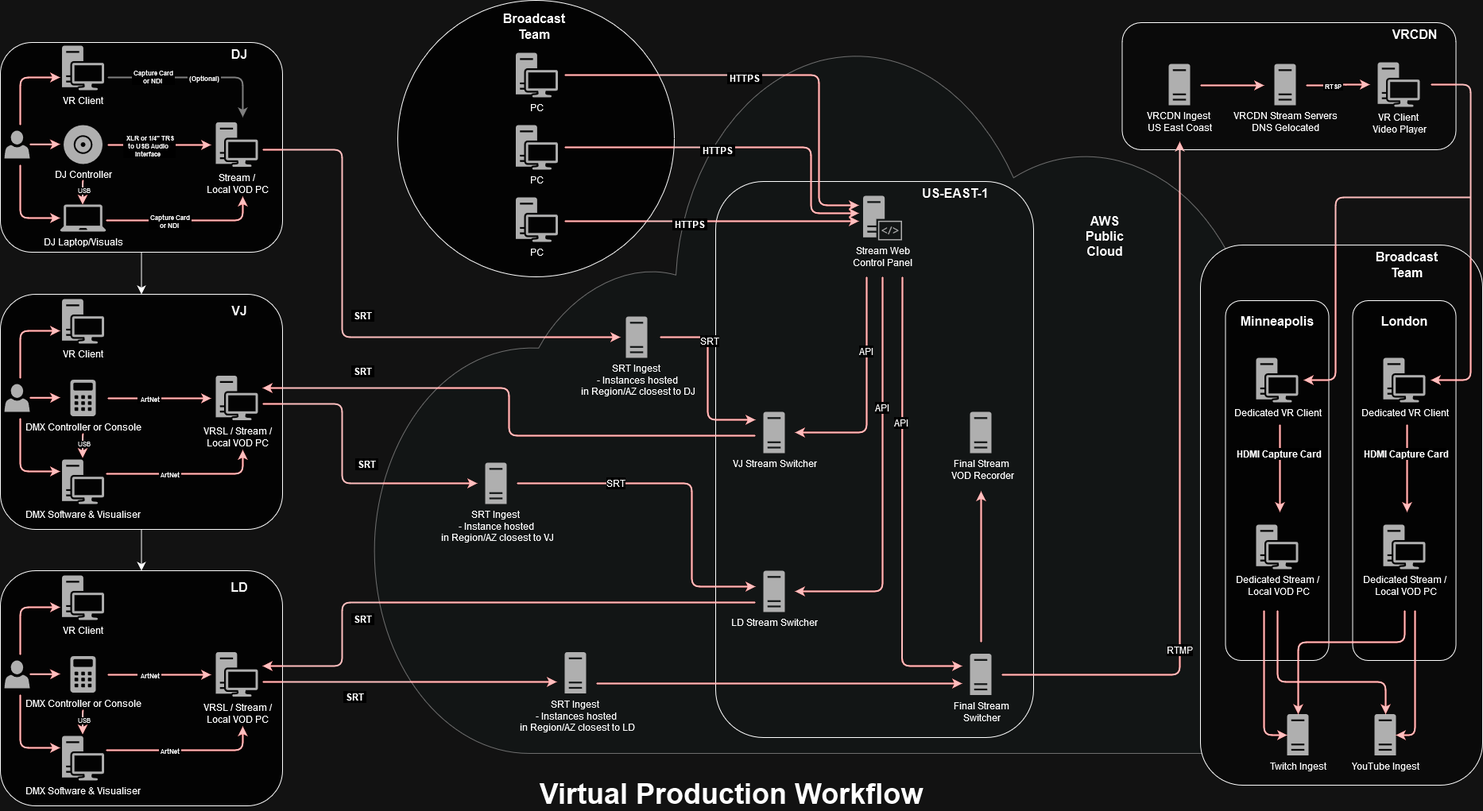
The draw.io diagram vrproduction.drawio.png in towneh/audiovisualtips, before a commit. Source tidied: cells renumbered, new cells last; positions are measured from the earlier drawing's top-left corner, leaving out a move shared by most shapes.
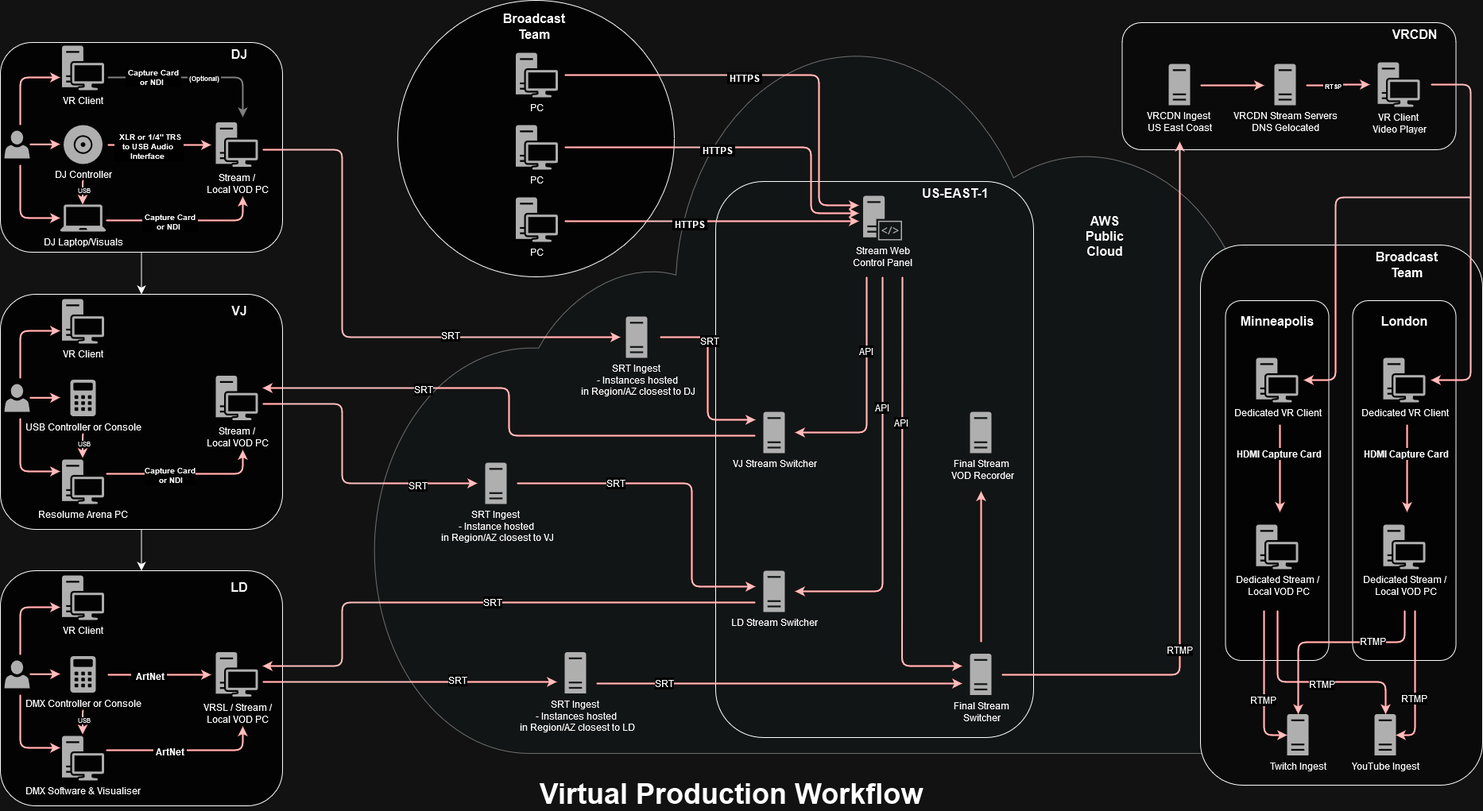
The same file after the commit.

What changed in the source:
```diff
@@ -44,7 +44,7 @@
         </Array>
       </mxGeometry>
     </mxCell>
-    <mxCell id="14" value="&lt;div&gt;&lt;b&gt;&amp;nbsp;Capture Card&amp;nbsp;&lt;/b&gt;&lt;/div&gt;&lt;div&gt;&lt;b&gt;or NDI&amp;nbsp; &lt;/b&gt;&lt;/div&gt;" style="edgeLabel;html=1;align=center;verticalAlign=middle;fontSize=8;" parent="13" vertex="1">
+    <mxCell id="14" value="&lt;div&gt;&lt;b&gt;&amp;nbsp;Capture Card&amp;nbsp;&lt;/b&gt;&lt;/div&gt;&lt;div&gt;&lt;b&gt;or NDI&amp;nbsp; &lt;/b&gt;&lt;/div&gt;" style="edgeLabel;html=1;align=center;verticalAlign=middle;fontSize=10;" parent="13" vertex="1">
       <mxGeometry x="-0.49" y="1" relative="1" as="geometry" />
     </mxCell>
     <mxCell id="15" value="&amp;nbsp;(Optional)&amp;nbsp; " style="edgeLabel;html=1;align=center;verticalAlign=middle;fontSize=8;fontStyle=1;" parent="13" vertex="1">
@@ -68,7 +68,7 @@
         </Array>
       </mxGeometry>
     </mxCell>
-    <mxCell id="20" value="&lt;div&gt;&lt;b&gt;&amp;nbsp;Capture Card&amp;nbsp;&lt;/b&gt;&lt;/div&gt;&lt;div&gt;&lt;b&gt;or NDI&amp;nbsp; &lt;/b&gt;&lt;/div&gt;" style="edgeLabel;html=1;align=center;verticalAlign=middle;fontSize=8;" parent="19" vertex="1">
+    <mxCell id="20" value="&lt;div&gt;&lt;b&gt;&amp;nbsp;Capture Card&amp;nbsp;&lt;/b&gt;&lt;/div&gt;&lt;div&gt;&lt;b&gt;or NDI&amp;nbsp; &lt;/b&gt;&lt;/div&gt;" style="edgeLabel;html=1;align=center;verticalAlign=middle;fontSize=10;" parent="19" vertex="1">
       <mxGeometry x="-0.22" y="-1" relative="1" as="geometry" />
     </mxCell>
     <mxCell id="21" style="edgeStyle=elbowEdgeStyle;elbow=horizontal;strokeColor=#990000;strokeWidth=2;" parent="1" edge="1">
@@ -80,7 +80,7 @@
         </Array>
       </mxGeometry>
     </mxCell>
-    <mxCell id="22" value="&lt;div&gt;&lt;b&gt;&amp;nbsp; XLR or 1/4&quot; TRS&amp;nbsp;&lt;/b&gt;&lt;/div&gt;&lt;div&gt;&lt;b&gt;to USB Audio&amp;nbsp;&lt;/b&gt;&lt;/div&gt;&lt;div&gt;&lt;b&gt;Interface&amp;nbsp; &lt;br&gt;&lt;/b&gt;&lt;/div&gt;" style="edgeLabel;html=1;align=center;verticalAlign=middle;fontSize=8;" parent="21" vertex="1">
+    <mxCell id="22" value="&lt;div&gt;&lt;b&gt;&amp;nbsp; XLR or 1/4&quot; TRS&amp;nbsp;&lt;/b&gt;&lt;/div&gt;&lt;div&gt;&lt;b&gt;to USB Audio&amp;nbsp;&lt;/b&gt;&lt;/div&gt;&lt;div&gt;&lt;b&gt;Interface&amp;nbsp; &lt;br&gt;&lt;/b&gt;&lt;/div&gt;" style="edgeLabel;html=1;align=center;verticalAlign=middle;fontSize=10;" parent="21" vertex="1">
       <mxGeometry x="-0.22" y="-1" relative="1" as="geometry" />
     </mxCell>
     <mxCell id="23" style="edgeStyle=elbowEdgeStyle;elbow=horizontal;strokeColor=#990000;strokeWidth=2;" parent="1" edge="1">
@@ -124,11 +124,9 @@
         </Array>
       </mxGeometry>
     </mxCell>
-    <mxCell id="29" value="&amp;nbsp;SRT&amp;nbsp; " style="edgeLabel;html=1;align=center;verticalAlign=middle;fontSize=12;fontStyle=1;" parent="28" vertex="1">
-      <mxGeometry x="-0.08" y="1" relative="1" as="geometry">
-        <mxPoint x="29" y="179" as="offset" />
-      </mxGeometry>
-    </mxCell>
+    <mxCell id="133" value="SRT" style="edgeLabel;html=1;align=center;verticalAlign=middle;fontSize=12;" parent="28" vertex="1">
+      <mxGeometry x="0.37" y="3" relative="1" as="geometry" />
+    </mxCell>
     <mxCell id="30" style="edgeStyle=elbowEdgeStyle;elbow=horizontal;strokeColor=#990000;strokeWidth=2;" parent="1" edge="1" target="18">
       <mxGeometry relative="1" as="geometry">
         <mxPoint x="104.5" y="227" as="sourcePoint" />
@@ -188,21 +186,9 @@
         </Array>
       </mxGeometry>
     </mxCell>
-    <mxCell id="42" value="&lt;div&gt;&lt;b&gt;&amp;nbsp;ArtNet&amp;nbsp; &lt;/b&gt;&lt;/div&gt;" style="edgeLabel;html=1;align=center;verticalAlign=middle;fontSize=8;" parent="41" vertex="1">
+    <mxCell id="42" value="&lt;div&gt;Capture Card&lt;/div&gt;&lt;div&gt;&amp;nbsp;or NDI&lt;/div&gt;" style="edgeLabel;html=1;align=center;verticalAlign=middle;fontSize=10;fontStyle=1;" parent="41" vertex="1">
       <mxGeometry x="-0.22" y="-1" relative="1" as="geometry" />
     </mxCell>
-    <mxCell id="43" style="edgeStyle=elbowEdgeStyle;elbow=horizontal;strokeColor=#990000;strokeWidth=2;" parent="1" edge="1">
-      <mxGeometry relative="1" as="geometry">
-        <mxPoint x="135" y="501" as="sourcePoint" />
-        <mxPoint x="265" y="501" as="targetPoint" />
-        <Array as="points">
-          <mxPoint x="215" y="606" />
-        </Array>
-      </mxGeometry>
-    </mxCell>
-    <mxCell id="44" value="&lt;div&gt;&lt;b&gt;&amp;nbsp; ArtNet&amp;nbsp; &lt;br&gt;&lt;/b&gt;&lt;/div&gt;" style="edgeLabel;html=1;align=center;verticalAlign=middle;fontSize=8;" parent="43" vertex="1">
-      <mxGeometry x="-0.22" y="-1" relative="1" as="geometry" />
-    </mxCell>
     <mxCell id="45" style="edgeStyle=elbowEdgeStyle;elbow=horizontal;strokeColor=#990000;strokeWidth=2;" parent="1" edge="1">
       <mxGeometry relative="1" as="geometry">
         <mxPoint x="25" y="476" as="sourcePoint" />
@@ -230,7 +216,7 @@
         </Array>
       </mxGeometry>
     </mxCell>
-    <mxCell id="48" value="VRSL / Stream / &lt;br&gt;Local VOD PC" style="sketch=0;shadow=0;dashed=0;html=1;strokeColor=none;fillColor=#505050;labelPosition=center;verticalLabelPosition=bottom;verticalAlign=top;align=center;shape=mxgraph.office.devices.workstation;" parent="1" vertex="1">
+    <mxCell id="48" value="Stream / &lt;br&gt;Local VOD PC" style="sketch=0;shadow=0;dashed=0;html=1;strokeColor=none;fillColor=#505050;labelPosition=center;verticalLabelPosition=bottom;verticalAlign=top;align=center;shape=mxgraph.office.devices.workstation;" parent="1" vertex="1">
       <mxGeometry x="271" y="472.5" width="53" height="56" as="geometry" />
     </mxCell>
     <mxCell id="49" style="edgeStyle=elbowEdgeStyle;elbow=horizontal;strokeColor=#990000;strokeWidth=2;" parent="1" edge="1">
@@ -245,10 +231,10 @@
     <mxCell id="50" value="USB" style="edgeLabel;html=1;align=center;verticalAlign=middle;fontSize=8;" parent="49" vertex="1">
       <mxGeometry x="-0.15" y="1" relative="1" as="geometry" />
     </mxCell>
-    <mxCell id="51" value="DMX Controller or Console" style="sketch=0;shadow=0;dashed=0;html=1;strokeColor=none;fillColor=#505050;labelPosition=center;verticalLabelPosition=bottom;verticalAlign=top;align=center;shape=mxgraph.office.concepts.calculator;" parent="1" vertex="1">
+    <mxCell id="51" value="USB Controller or Console" style="sketch=0;shadow=0;dashed=0;html=1;strokeColor=none;fillColor=#505050;labelPosition=center;verticalLabelPosition=bottom;verticalAlign=top;align=center;shape=mxgraph.office.concepts.calculator;" parent="1" vertex="1">
       <mxGeometry x="88" y="477.5" width="32" height="46" as="geometry" />
     </mxCell>
-    <mxCell id="52" value="DMX Software &amp;amp; Visualiser" style="sketch=0;shadow=0;dashed=0;html=1;strokeColor=none;fillColor=#505050;labelPosition=center;verticalLabelPosition=bottom;verticalAlign=top;align=center;shape=mxgraph.office.devices.workstation;" parent="1" vertex="1">
+    <mxCell id="52" value="Resolume Arena PC" style="sketch=0;shadow=0;dashed=0;html=1;strokeColor=none;fillColor=#505050;labelPosition=center;verticalLabelPosition=bottom;verticalAlign=top;align=center;shape=mxgraph.office.devices.workstation;" parent="1" vertex="1">
       <mxGeometry x="77.5" y="578" width="53" height="56" as="geometry" />
     </mxCell>
     <mxCell id="53" value="DJ" style="text;strokeColor=none;fillColor=none;html=1;align=center;verticalAlign=middle;whiteSpace=wrap;rounded=0;fontSize=16;fontStyle=1;" parent="1" vertex="1">
@@ -263,6 +249,9 @@
         <mxPoint x="330" y="488" as="targetPoint" />
       </mxGeometry>
     </mxCell>
+    <mxCell id="134" value="SRT" style="edgeLabel;html=1;align=center;verticalAlign=middle;fontSize=12;" parent="55" vertex="1">
+      <mxGeometry x="0.41" y="1" relative="1" as="geometry" />
+    </mxCell>
     <mxCell id="56" style="edgeStyle=elbowEdgeStyle;elbow=horizontal;strokeColor=#990000;strokeWidth=2;" parent="1" edge="1">
       <mxGeometry relative="1" as="geometry">
         <mxPoint x="330" y="508" as="sourcePoint" />
@@ -272,6 +261,9 @@
         </Array>
       </mxGeometry>
     </mxCell>
+    <mxCell id="135" value="SRT" style="edgeLabel;html=1;align=center;verticalAlign=middle;fontSize=12;" parent="56" vertex="1">
+      <mxGeometry x="0.59" y="-2" relative="1" as="geometry" />
+    </mxCell>
     <mxCell id="57" value="&lt;div&gt;VRCDN Ingest&amp;nbsp;&lt;/div&gt;&lt;div&gt;US East Coast&lt;/div&gt;" style="sketch=0;shadow=0;dashed=0;html=1;strokeColor=none;fillColor=#505050;labelPosition=center;verticalLabelPosition=bottom;verticalAlign=top;align=center;shape=mxgraph.office.servers.server_generic;" parent="1" vertex="1">
       <mxGeometry x="1470" y="80" width="27" height="52" as="geometry" />
     </mxCell>
@@ -320,7 +312,7 @@
         </Array>
       </mxGeometry>
     </mxCell>
-    <mxCell id="67" value="&lt;div&gt;&lt;b&gt;&amp;nbsp;ArtNet&amp;nbsp; &lt;/b&gt;&lt;/div&gt;" style="edgeLabel;html=1;align=center;verticalAlign=middle;fontSize=8;" parent="66" vertex="1">
+    <mxCell id="67" value="&lt;div&gt;&lt;b&gt;&amp;nbsp;ArtNet&amp;nbsp; &lt;/b&gt;&lt;/div&gt;" style="edgeLabel;html=1;align=center;verticalAlign=middle;fontSize=12;" parent="66" vertex="1">
       <mxGeometry x="-0.22" y="-1" relative="1" as="geometry" />
     </mxCell>
     <mxCell id="68" style="edgeStyle=elbowEdgeStyle;elbow=horizontal;strokeColor=#990000;strokeWidth=2;" parent="1" edge="1">
@@ -332,7 +324,7 @@
         </Array>
       </mxGeometry>
     </mxCell>
-    <mxCell id="69" value="&lt;div&gt;&lt;b&gt;&amp;nbsp; ArtNet&amp;nbsp; &lt;br&gt;&lt;/b&gt;&lt;/div&gt;" style="edgeLabel;html=1;align=center;verticalAlign=middle;fontSize=8;" parent="68" vertex="1">
+    <mxCell id="69" value="&lt;div&gt;&lt;b&gt;&amp;nbsp; ArtNet&amp;nbsp; &lt;br&gt;&lt;/b&gt;&lt;/div&gt;" style="edgeLabel;html=1;align=center;verticalAlign=middle;fontSize=12;" parent="68" vertex="1">
       <mxGeometry x="-0.22" y="-1" relative="1" as="geometry" />
     </mxCell>
     <mxCell id="70" style="edgeStyle=elbowEdgeStyle;elbow=horizontal;strokeColor=#990000;strokeWidth=2;" parent="1" edge="1">
@@ -392,16 +384,6 @@
     <mxCell id="80" value="&lt;div&gt;SRT Ingest&amp;nbsp;&lt;/div&gt;&lt;div&gt;- Instances hosted&lt;/div&gt;&lt;div&gt;&amp;nbsp;in Region/AZ closest to LD&lt;/div&gt;" style="sketch=0;shadow=0;dashed=0;html=1;strokeColor=none;fillColor=#505050;labelPosition=center;verticalLabelPosition=bottom;verticalAlign=top;align=center;shape=mxgraph.office.servers.server_generic;" parent="1" vertex="1">
       <mxGeometry x="710" y="820.5" width="27" height="52" as="geometry" />
     </mxCell>
-    <mxCell id="81" value="&amp;nbsp;SRT&amp;nbsp; " style="edgeLabel;html=1;align=center;verticalAlign=middle;fontSize=12;fontStyle=1;" parent="1" vertex="1">
-      <mxGeometry x="520" y="508" as="geometry">
-        <mxPoint x="-65" y="-42" as="offset" />
-      </mxGeometry>
-    </mxCell>
-    <mxCell id="82" value="&amp;nbsp;SRT&amp;nbsp; " style="edgeLabel;html=1;align=center;verticalAlign=middle;fontSize=12;fontStyle=1;" parent="1" vertex="1">
-      <mxGeometry x="520" y="438" as="geometry">
-        <mxPoint x="-65" y="-42" as="offset" />
-      </mxGeometry>
-    </mxCell>
     <mxCell id="83" style="edgeStyle=elbowEdgeStyle;elbow=horizontal;strokeColor=#990000;strokeWidth=2;" parent="1" edge="1">
       <mxGeometry relative="1" as="geometry">
         <mxPoint x="950" y="758" as="sourcePoint" />
@@ -411,6 +393,9 @@
         </Array>
       </mxGeometry>
     </mxCell>
+    <mxCell id="136" value="SRT" style="edgeLabel;html=1;align=center;verticalAlign=middle;fontSize=12;" parent="83" vertex="1">
+      <mxGeometry x="-0.05" y="-1" relative="1" as="geometry" />
+    </mxCell>
     <mxCell id="84" style="edgeStyle=elbowEdgeStyle;elbow=horizontal;strokeColor=#990000;strokeWidth=2;" parent="1" edge="1">
       <mxGeometry relative="1" as="geometry">
         <mxPoint x="330" y="858" as="sourcePoint" />
@@ -420,16 +405,9 @@
         </Array>
       </mxGeometry>
     </mxCell>
-    <mxCell id="85" value="&amp;nbsp;SRT&amp;nbsp; " style="edgeLabel;html=1;align=center;verticalAlign=middle;fontSize=12;fontStyle=1;" parent="1" vertex="1">
-      <mxGeometry x="510" y="918" as="geometry">
-        <mxPoint x="-65" y="-42" as="offset" />
-      </mxGeometry>
-    </mxCell>
-    <mxCell id="86" value="&amp;nbsp;SRT&amp;nbsp; " style="edgeLabel;html=1;align=center;verticalAlign=middle;fontSize=12;fontStyle=1;" parent="1" vertex="1">
-      <mxGeometry x="520" y="820.5" as="geometry">
-        <mxPoint x="-65" y="-42" as="offset" />
-      </mxGeometry>
-    </mxCell>
+    <mxCell id="137" value="SRT" style="edgeLabel;html=1;align=center;verticalAlign=middle;fontSize=12;" parent="84" vertex="1">
+      <mxGeometry x="0.32" y="3" relative="1" as="geometry" />
+    </mxCell>
     <mxCell id="87" style="edgeStyle=elbowEdgeStyle;elbow=horizontal;strokeColor=#990000;strokeWidth=2;" parent="1" edge="1">
       <mxGeometry relative="1" as="geometry">
         <mxPoint x="650" y="608" as="sourcePoint" />
@@ -505,6 +483,9 @@
         </Array>
       </mxGeometry>
     </mxCell>
+    <mxCell id="138" value="SRT" style="edgeLabel;html=1;align=center;verticalAlign=middle;fontSize=12;" parent="101" vertex="1">
+      <mxGeometry x="-0.63" y="1" relative="1" as="geometry" />
+    </mxCell>
     <mxCell id="102" style="edgeStyle=elbowEdgeStyle;elbow=horizontal;strokeColor=#990000;strokeWidth=2;" parent="1" edge="1">
       <mxGeometry relative="1" as="geometry">
         <mxPoint x="1110" y="348" as="sourcePoint" />
@@ -621,6 +602,9 @@
         </Array>
       </mxGeometry>
     </mxCell>
+    <mxCell id="139" value="RTMP" style="edgeLabel;html=1;align=center;verticalAlign=middle;fontSize=12;" parent="124" vertex="1">
+      <mxGeometry x="0.2" y="-2" relative="1" as="geometry" />
+    </mxCell>
     <mxCell id="125" style="edgeStyle=orthogonalEdgeStyle;elbow=horizontal;strokeColor=#990000;strokeWidth=2;" parent="1" edge="1" target="119">
       <mxGeometry relative="1" as="geometry">
         <mxPoint x="1607" y="768" as="sourcePoint" />
@@ -630,6 +614,9 @@
         </Array>
       </mxGeometry>
     </mxCell>
+    <mxCell id="140" value="RTMP" style="edgeLabel;html=1;align=center;verticalAlign=middle;fontSize=12;" parent="125" vertex="1">
+      <mxGeometry x="0.09" y="-2" relative="1" as="geometry" />
+    </mxCell>
     <mxCell id="126" style="edgeStyle=orthogonalEdgeStyle;elbow=horizontal;strokeColor=#990000;strokeWidth=2;" parent="1" edge="1" target="118">
       <mxGeometry relative="1" as="geometry">
         <mxPoint x="1767" y="768" as="sourcePoint" />
@@ -639,6 +626,9 @@
         </Array>
       </mxGeometry>
     </mxCell>
+    <mxCell id="141" value="RTMP" style="edgeLabel;html=1;align=center;verticalAlign=middle;fontSize=12;" parent="126" vertex="1">
+      <mxGeometry x="-0.39" y="-2" relative="1" as="geometry" />
+    </mxCell>
     <mxCell id="127" style="edgeStyle=orthogonalEdgeStyle;elbow=horizontal;strokeColor=#990000;strokeWidth=2;" parent="1" edge="1" target="119">
       <mxGeometry relative="1" as="geometry">
         <mxPoint x="1780" y="768" as="sourcePoint" />
@@ -647,6 +637,9 @@
         </Array>
       </mxGeometry>
     </mxCell>
+    <mxCell id="142" value="RTMP" style="edgeLabel;html=1;align=center;verticalAlign=middle;fontSize=12;" parent="127" vertex="1">
+      <mxGeometry x="0.22" y="-2" relative="1" as="geometry" />
+    </mxCell>
     <mxCell id="128" value="London" style="text;strokeColor=none;fillColor=none;html=1;align=center;verticalAlign=middle;whiteSpace=wrap;rounded=0;fontSize=16;fontStyle=1;" parent="1" vertex="1">
       <mxGeometry x="1736.5" y="389" width="60" height="30" as="geometry" />
     </mxCell>
```
